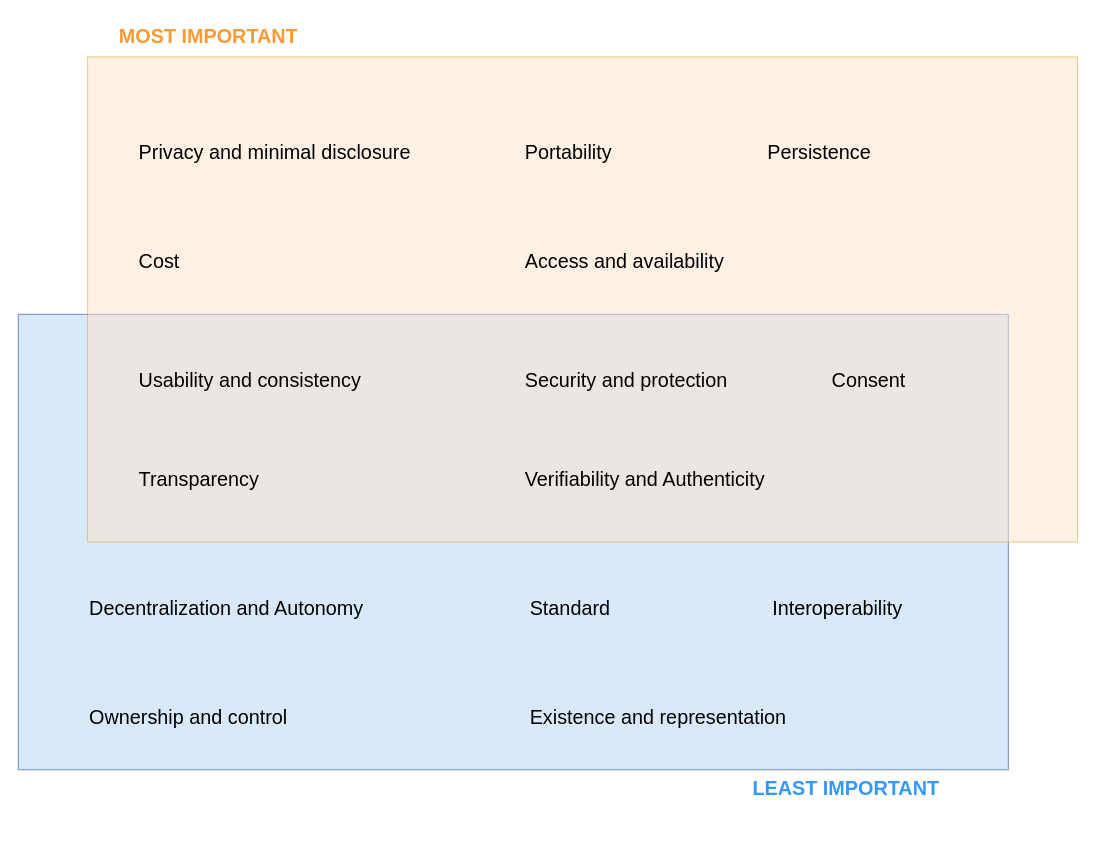
cristianlepore/Self-Sovereign-Identity keeps this draw.io diagram as definition/survey/ImportantProperties.drawio. Above is the earlier version. Source tidied: cells renumbered, new cells numbered last; positions are measured from the earlier drawing's top-left corner, leaving out a move shared by most shapes. Both pictures are drawn from the tidied source at 99%, with x=0, y=0 at pixel (18, 17).
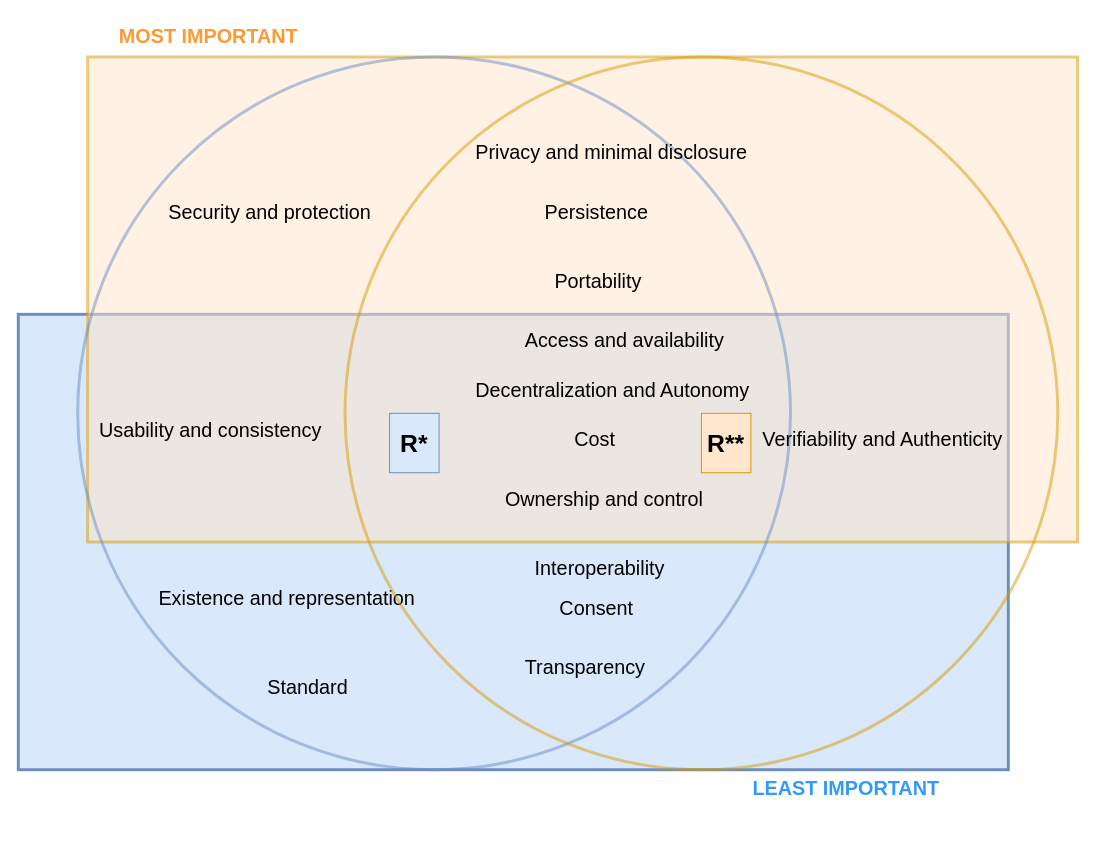
The same diagram, later.

Change to the diagram source:
```diff
@@
-    <mxCell id="2" style="rounded=1;whiteSpace=wrap;html=1;arcSize=0;fillColor=#dae8fc;strokeColor=#6c8ebf;" parent="1" vertex="1">
+    <mxCell id="2" style="rounded=1;whiteSpace=wrap;html=1;arcSize=0;fillColor=#dae8fc;strokeColor=#6c8ebf;strokeWidth=3;" parent="1" vertex="1">
       <mxGeometry y="300" width="1000" height="460" as="geometry" />
     </mxCell>
-    <mxCell id="3" style="rounded=1;whiteSpace=wrap;html=1;arcSize=0;fillColor=#ffe6cc;strokeColor=#d79b00;opacity=50;" parent="1" vertex="1">
+    <mxCell id="3" style="rounded=1;whiteSpace=wrap;html=1;arcSize=0;fillColor=#ffe6cc;strokeColor=#d79b00;opacity=50;strokeWidth=3;" parent="1" vertex="1">
       <mxGeometry x="70" y="40" width="1000" height="490" as="geometry" />
     </mxCell>
+    <mxCell id="21" style="ellipse;whiteSpace=wrap;html=1;opacity=50;strokeWidth=3;fillColor=none;strokeColor=#6c8ebf;" parent="1" vertex="1">
+      <mxGeometry x="60" y="40" width="720" height="720" as="geometry" />
+    </mxCell>
     <mxCell id="4" value="&lt;div style=&quot;line-height: 200%;&quot; align=&quot;right&quot;&gt;&lt;font style=&quot;font-size: 20px; line-height: 200%;&quot;&gt;Ownership and control&lt;/font&gt;&lt;/div&gt;" style="text;whiteSpace=wrap;html=1;" parent="1" vertex="1">
-      <mxGeometry x="70" y="680" width="230" height="60" as="geometry" />
+      <mxGeometry x="490" y="460" width="230" height="60" as="geometry" />
     </mxCell>
     <mxCell id="5" value="&lt;div style=&quot;line-height: 200%;&quot; align=&quot;right&quot;&gt;&lt;font style=&quot;font-size: 20px; line-height: 200%;&quot;&gt;Access and availability&lt;/font&gt;&lt;/div&gt;" style="text;whiteSpace=wrap;html=1;" parent="1" vertex="1">
-      <mxGeometry x="510" y="220" width="230" height="60" as="geometry" />
+      <mxGeometry x="510" y="300" width="230" height="60" as="geometry" />
     </mxCell>
     <mxCell id="6" value="&lt;div style=&quot;line-height: 200%;&quot; align=&quot;right&quot;&gt;&lt;font style=&quot;font-size: 20px; line-height: 200%;&quot;&gt;Transparency&lt;/font&gt;&lt;/div&gt;" style="text;whiteSpace=wrap;html=1;" parent="1" vertex="1">
-      <mxGeometry x="120" y="440" width="160" height="60" as="geometry" />
+      <mxGeometry x="510" y="630" width="160" height="60" as="geometry" />
     </mxCell>
     <mxCell id="7" value="&lt;div style=&quot;line-height: 200%;&quot; align=&quot;right&quot;&gt;&lt;font style=&quot;font-size: 20px; line-height: 200%;&quot;&gt;Persistence&lt;/font&gt;&lt;/div&gt;" style="text;whiteSpace=wrap;html=1;" parent="1" vertex="1">
-      <mxGeometry x="755" y="110" width="140" height="60" as="geometry" />
+      <mxGeometry x="530" y="170" width="140" height="60" as="geometry" />
     </mxCell>
     <mxCell id="8" value="&lt;div style=&quot;line-height: 200%;&quot; align=&quot;right&quot;&gt;&lt;font style=&quot;font-size: 20px; line-height: 200%;&quot;&gt;Portability&lt;/font&gt;&lt;/div&gt;" style="text;whiteSpace=wrap;html=1;" parent="1" vertex="1">
-      <mxGeometry x="510" y="110" width="120" height="60" as="geometry" />
+      <mxGeometry x="540" y="240" width="120" height="60" as="geometry" />
     </mxCell>
     <mxCell id="9" value="&lt;div style=&quot;line-height: 200%;&quot; align=&quot;right&quot;&gt;&lt;font style=&quot;font-size: 20px; line-height: 200%;&quot;&gt;Interoperability&lt;/font&gt;&lt;/div&gt;" style="text;whiteSpace=wrap;html=1;" parent="1" vertex="1">
-      <mxGeometry x="760" y="570" width="160" height="60" as="geometry" />
+      <mxGeometry x="520" y="530" width="160" height="60" as="geometry" />
     </mxCell>
     <mxCell id="10" value="&lt;div style=&quot;line-height: 200%;&quot; align=&quot;right&quot;&gt;&lt;font style=&quot;font-size: 20px; line-height: 200%;&quot;&gt;Consent&lt;/font&gt;&lt;/div&gt;" style="text;whiteSpace=wrap;html=1;" parent="1" vertex="1">
-      <mxGeometry x="820" y="340" width="110" height="60" as="geometry" />
+      <mxGeometry x="545" y="570" width="110" height="60" as="geometry" />
     </mxCell>
     <mxCell id="11" value="&lt;div style=&quot;line-height: 200%;&quot; align=&quot;right&quot;&gt;&lt;font style=&quot;font-size: 20px; line-height: 200%;&quot;&gt;Security and protection&lt;/font&gt;&lt;/div&gt;" style="text;whiteSpace=wrap;html=1;" parent="1" vertex="1">
-      <mxGeometry x="510" y="340" width="240" height="60" as="geometry" />
+      <mxGeometry x="150" y="170" width="240" height="60" as="geometry" />
     </mxCell>
     <mxCell id="12" value="&lt;div style=&quot;line-height: 200%;&quot; align=&quot;right&quot;&gt;&lt;font style=&quot;font-size: 20px; line-height: 200%;&quot;&gt;Privacy and minimal disclosure&lt;/font&gt;&lt;/div&gt;" style="text;whiteSpace=wrap;html=1;" parent="1" vertex="1">
-      <mxGeometry x="120" y="110" width="310" height="60" as="geometry" />
+      <mxGeometry x="460" y="110" width="310" height="60" as="geometry" />
     </mxCell>
     <mxCell id="13" value="&lt;div style=&quot;line-height: 200%;&quot; align=&quot;right&quot;&gt;&lt;font style=&quot;font-size: 20px; line-height: 200%;&quot;&gt;Standard&lt;/font&gt;&lt;/div&gt;" style="text;whiteSpace=wrap;html=1;" parent="1" vertex="1">
-      <mxGeometry x="515" y="570" width="110" height="60" as="geometry" />
+      <mxGeometry x="250" y="650" width="110" height="60" as="geometry" />
     </mxCell>
     <mxCell id="14" value="&lt;div style=&quot;line-height: 200%;&quot; align=&quot;right&quot;&gt;&lt;font style=&quot;font-size: 20px; line-height: 200%;&quot;&gt;Cost&lt;/font&gt;&lt;/div&gt;" style="text;whiteSpace=wrap;html=1;" parent="1" vertex="1">
-      <mxGeometry x="120" y="220" width="70" height="60" as="geometry" />
+      <mxGeometry x="560" y="400" width="70" height="60" as="geometry" />
     </mxCell>
     <mxCell id="15" value="&lt;div style=&quot;line-height: 200%;&quot; align=&quot;right&quot;&gt;&lt;font style=&quot;font-size: 20px; line-height: 200%;&quot;&gt;Usability and consistency&lt;/font&gt;&lt;/div&gt;" style="text;whiteSpace=wrap;html=1;" parent="1" vertex="1">
-      <mxGeometry x="120" y="340" width="260" height="60" as="geometry" />
+      <mxGeometry x="80" y="390" width="260" height="60" as="geometry" />
     </mxCell>
     <mxCell id="16" value="&lt;div style=&quot;line-height: 200%;&quot; align=&quot;right&quot;&gt;&lt;font style=&quot;font-size: 20px; line-height: 200%;&quot;&gt;Decentralization and Autonomy&lt;/font&gt;&lt;/div&gt;" style="text;whiteSpace=wrap;html=1;" parent="1" vertex="1">
-      <mxGeometry x="70" y="570" width="310" height="60" as="geometry" />
+      <mxGeometry x="460" y="350" width="310" height="60" as="geometry" />
     </mxCell>
     <mxCell id="17" value="&lt;div style=&quot;line-height: 200%;&quot; align=&quot;right&quot;&gt;&lt;font style=&quot;font-size: 20px; line-height: 200%;&quot;&gt;Verifiability and Authenticity&lt;/font&gt;&lt;/div&gt;" style="text;whiteSpace=wrap;html=1;" parent="1" vertex="1">
-      <mxGeometry x="510" y="440" width="280" height="60" as="geometry" />
+      <mxGeometry x="750" y="400" width="280" height="60" as="geometry" />
     </mxCell>
     <mxCell id="18" value="&lt;div style=&quot;line-height: 200%;&quot; align=&quot;right&quot;&gt;&lt;font style=&quot;font-size: 20px; line-height: 200%;&quot;&gt;Existence and representation&lt;/font&gt;&lt;/div&gt;" style="text;whiteSpace=wrap;html=1;" parent="1" vertex="1">
-      <mxGeometry x="515" y="680" width="290" height="60" as="geometry" />
+      <mxGeometry x="140" y="560" width="290" height="60" as="geometry" />
     </mxCell>
@@
+    <mxCell id="22" style="ellipse;whiteSpace=wrap;html=1;opacity=50;strokeWidth=3;fillColor=none;strokeColor=#d79b00;" parent="1" vertex="1">
+      <mxGeometry x="330" y="40" width="720" height="720" as="geometry" />
+    </mxCell>
+    <mxCell id="23" value="&lt;b&gt;&lt;font style=&quot;font-size: 25px;&quot;&gt;R*&lt;/font&gt;&lt;/b&gt;" style="rounded=0;whiteSpace=wrap;html=1;fillColor=#dae8fc;strokeColor=#6c8ebf;" parent="1" vertex="1">
+      <mxGeometry x="375" y="400" width="50" height="60" as="geometry" />
+    </mxCell>
+    <mxCell id="24" value="&lt;font style=&quot;font-size: 25px;&quot;&gt;&lt;b&gt;R**&lt;/b&gt;&lt;/font&gt;" style="rounded=0;whiteSpace=wrap;html=1;fillColor=#ffe6cc;strokeColor=#d79b00;" parent="1" vertex="1">
+      <mxGeometry x="690" y="400" width="50" height="60" as="geometry" />
+    </mxCell>
```
